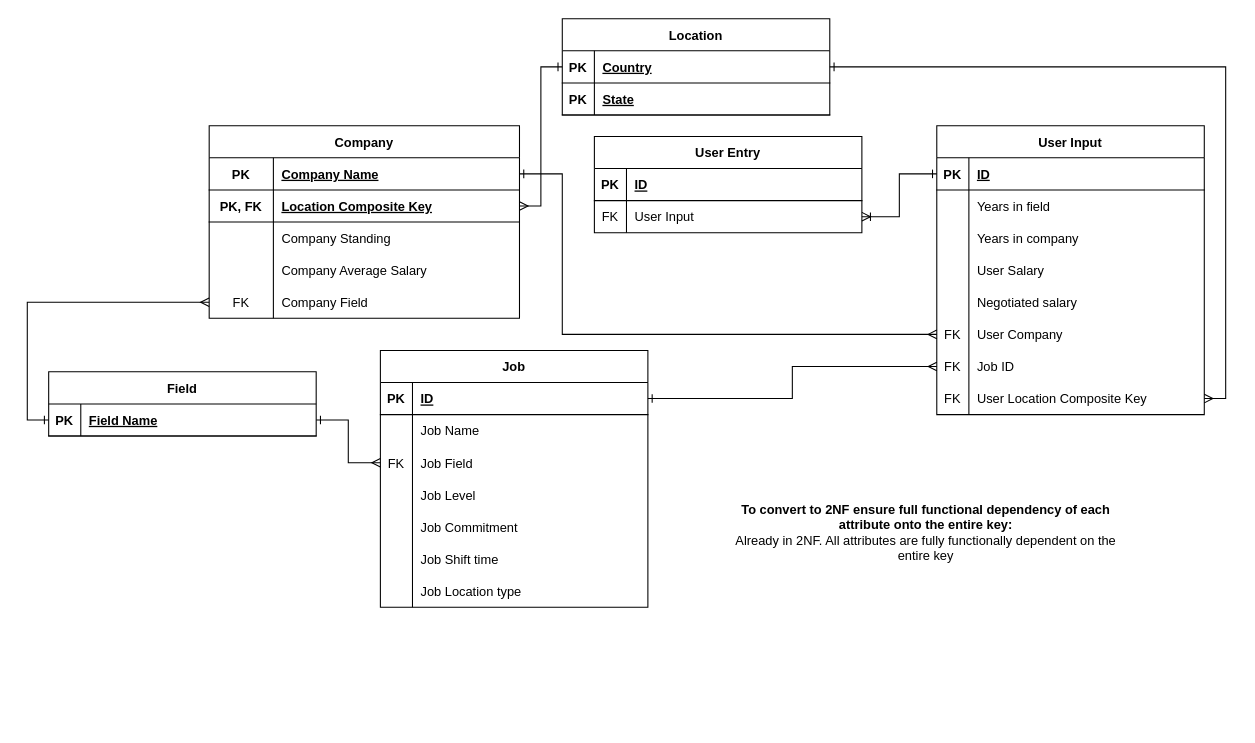
This is Design Process & MISC/2NF_FINAL.drawio from codermanz/salaryShareProject, a draw.io file, before an edit. Source tidied: cells renumbered, new cells numbered last; positions are measured from the earlier drawing's top-left corner, leaving out a move shared by most shapes. Both pictures are drawn from the tidied source at 107%, with x=0, y=0 at pixel (48, 18).
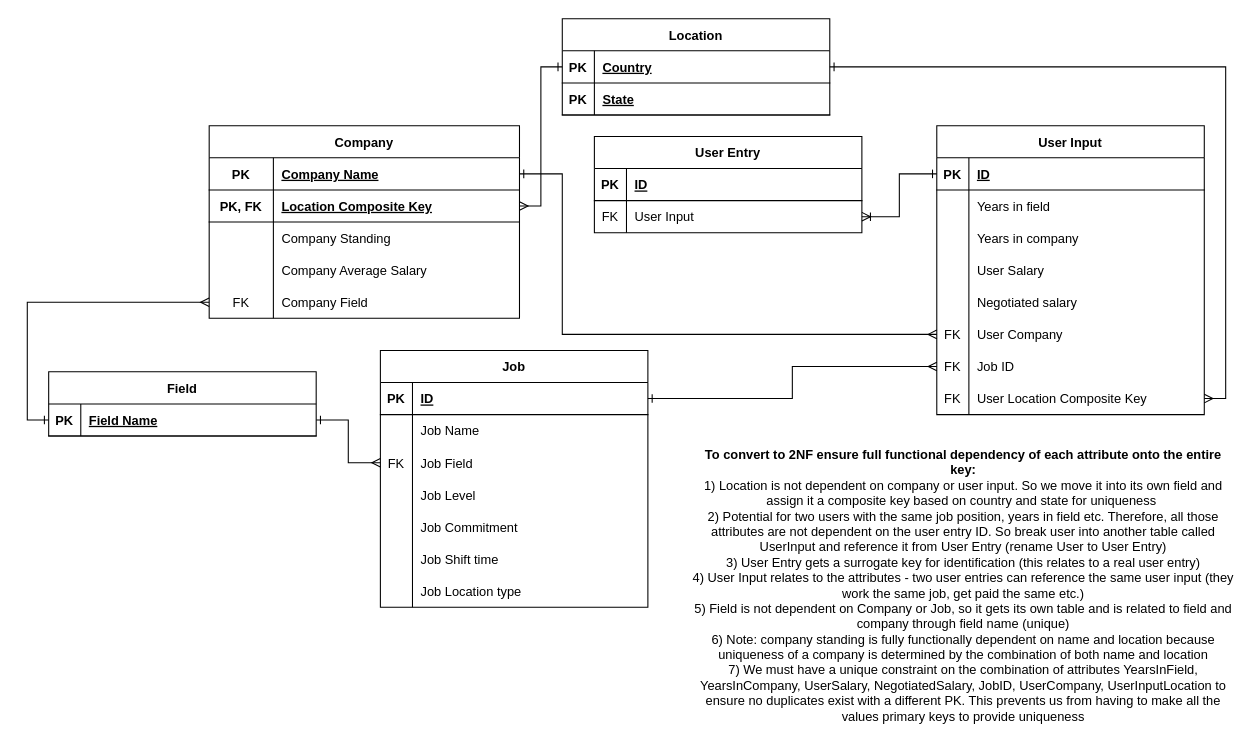
The same diagram, later.

Diff of the diagram source:
```diff
@@
-    <mxCell id="40" value="&lt;b&gt;To convert to 2NF ensure full functional dependency of each attribute onto the entire key:&lt;/b&gt;&lt;br&gt;Already in 2NF. All attributes are fully functionally dependent on the entire key" style="text;html=1;strokeColor=none;fillColor=none;align=center;verticalAlign=middle;whiteSpace=wrap;rounded=0;" parent="1" vertex="1">
-      <mxGeometry x="640" y="420" width="360" height="120" as="geometry" />
+    <mxCell id="40" value="&lt;b&gt;To convert to 2NF ensure full functional dependency of each attribute onto the entire key:&lt;/b&gt;&lt;br&gt;1) Location is not dependent on company or user input. So we move it into its own field and assign it a composite key based on country and state for uniqueness&amp;nbsp;&lt;br&gt;2) Potential for two users with the same job position, years in field etc. Therefore, all those attributes are not dependent on the user entry ID. So break user into another table called UserInput and reference it from User Entry (rename User to User Entry)&lt;br&gt;3) User Entry gets a surrogate key for identification (this relates to a real user entry)&lt;br&gt;4) User Input relates to the attributes - two user entries can reference the same user input (they work the same job, get paid the same etc.)&lt;br&gt;5) Field is not dependent on Company or Job, so it gets its own table and is related to field and company through field name (unique)&lt;br&gt;6) Note: company standing is fully functionally dependent on name and location because uniqueness of a company is determined by the combination of both name and location&lt;br&gt;7) We must have a unique constraint on the combination of attributes YearsInField, YearsInCompany, UserSalary, NegotiatedSalary, JobID, UserCompany, UserInputLocation to ensure no duplicates exist with a different PK. This prevents us from having to make all the values primary keys to provide uniqueness" style="text;html=1;strokeColor=none;fillColor=none;align=center;verticalAlign=middle;whiteSpace=wrap;rounded=0;" parent="1" vertex="1">
+      <mxGeometry x="600" y="420" width="510" height="220" as="geometry" />
     </mxCell>
```
